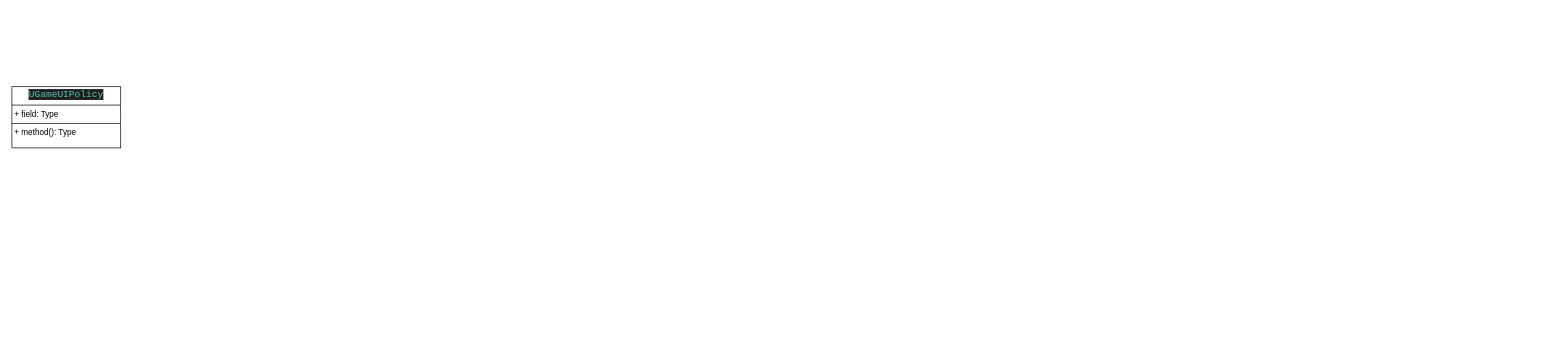
ling-shixi/meta keeps this draw.io diagram as page "UI的UML" (2 of 5) of Lyra.drawio. Above is the earlier version. Source tidied: cells renumbered, new cells numbered last; positions are measured from the earlier drawing's top-left corner, leaving out a move shared by most shapes. Both pictures are drawn from the tidied source at 68%, with x=0, y=0 at pixel (12, 86).
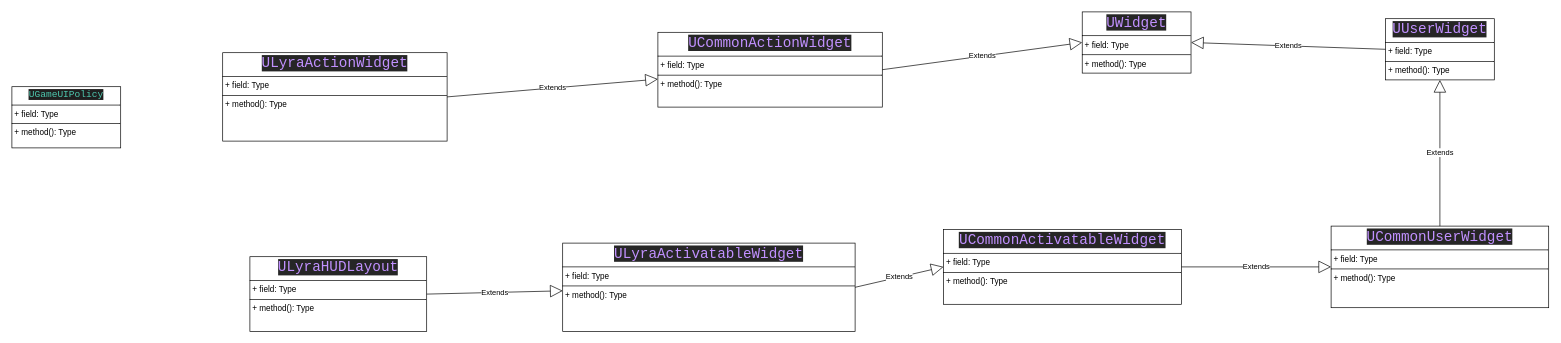
Above is the later version.

What changed in the source:
```diff
@@
 <mxGraphModel>
   <root>
     <mxCell id="0" />
     <mxCell id="1" parent="0" />
     <mxCell id="2" value="&lt;p style=&quot;margin:0px;margin-top:4px;text-align:center;&quot;&gt;&lt;span style=&quot;color: rgb(78, 201, 176); background-color: rgb(31, 31, 31); font-family: Consolas, &amp;quot;Courier New&amp;quot;, monospace; font-size: 14px; white-space: pre; text-align: left;&quot;&gt;UGameUIPolicy&lt;/span&gt;&lt;/p&gt;&lt;hr size=&quot;1&quot; style=&quot;border-style:solid;&quot;&gt;&lt;p style=&quot;margin:0px;margin-left:4px;&quot;&gt;+ field: Type&lt;/p&gt;&lt;hr size=&quot;1&quot; style=&quot;border-style:solid;&quot;&gt;&lt;p style=&quot;margin:0px;margin-left:4px;&quot;&gt;+ method(): Type&lt;/p&gt;" style="verticalAlign=top;align=left;overflow=fill;html=1;whiteSpace=wrap;" parent="1" vertex="1">
       <mxGeometry width="160" height="90" as="geometry" />
     </mxCell>
+    <mxCell id="3" value="&lt;p style=&quot;margin:0px;margin-top:4px;text-align:center;&quot;&gt;&lt;span style=&quot;color: rgb(193, 145, 255); font-family: &amp;quot;JetBrains Mono&amp;quot;, monospace; font-size: 15.8pt; background-color: rgb(38, 38, 38); text-align: left;&quot;&gt;ULyraActionWidget&lt;/span&gt;&lt;/p&gt;&lt;hr size=&quot;1&quot; style=&quot;border-style:solid;&quot;&gt;&lt;p style=&quot;margin:0px;margin-left:4px;&quot;&gt;+ field: Type&lt;/p&gt;&lt;hr size=&quot;1&quot; style=&quot;border-style:solid;&quot;&gt;&lt;p style=&quot;margin:0px;margin-left:4px;&quot;&gt;+ method(): Type&lt;/p&gt;" style="verticalAlign=top;align=left;overflow=fill;html=1;whiteSpace=wrap;" parent="1" vertex="1">
+      <mxGeometry x="310" y="-50" width="330" height="130" as="geometry" />
+    </mxCell>
+    <mxCell id="4" value="&lt;p style=&quot;margin:0px;margin-top:4px;text-align:center;&quot;&gt;&lt;span style=&quot;color: rgb(193, 145, 255); font-family: &amp;quot;JetBrains Mono&amp;quot;, monospace; font-size: 15.8pt; background-color: rgb(38, 38, 38); text-align: left;&quot;&gt;UCommonActionWidget&lt;/span&gt;&lt;/p&gt;&lt;hr size=&quot;1&quot; style=&quot;border-style:solid;&quot;&gt;&lt;p style=&quot;margin:0px;margin-left:4px;&quot;&gt;+ field: Type&lt;/p&gt;&lt;hr size=&quot;1&quot; style=&quot;border-style:solid;&quot;&gt;&lt;p style=&quot;margin:0px;margin-left:4px;&quot;&gt;+ method(): Type&lt;/p&gt;" style="verticalAlign=top;align=left;overflow=fill;html=1;whiteSpace=wrap;" parent="1" vertex="1">
+      <mxGeometry x="950" y="-80" width="330" height="110" as="geometry" />
+    </mxCell>
+    <mxCell id="5" value="Extends" style="endArrow=block;endSize=16;endFill=0;html=1;rounded=0;exitX=1;exitY=0.5;exitDx=0;exitDy=0;" parent="1" edge="1" source="3" target="4">
+      <mxGeometry relative="1" as="geometry" />
+    </mxCell>
+    <mxCell id="6" value="&lt;p style=&quot;margin:0px;margin-top:4px;text-align:center;&quot;&gt;&lt;span style=&quot;color: rgb(193, 145, 255); font-family: &amp;quot;JetBrains Mono&amp;quot;, monospace; font-size: 15.8pt; background-color: rgb(38, 38, 38); text-align: left;&quot;&gt;ULyraHUDLayout&lt;/span&gt;&lt;/p&gt;&lt;hr size=&quot;1&quot; style=&quot;border-style:solid;&quot;&gt;&lt;p style=&quot;margin:0px;margin-left:4px;&quot;&gt;+ field: Type&lt;/p&gt;&lt;hr size=&quot;1&quot; style=&quot;border-style:solid;&quot;&gt;&lt;p style=&quot;margin:0px;margin-left:4px;&quot;&gt;+ method(): Type&lt;/p&gt;" style="verticalAlign=top;align=left;overflow=fill;html=1;whiteSpace=wrap;" parent="1" vertex="1">
+      <mxGeometry x="350" y="250" width="260" height="110" as="geometry" />
+    </mxCell>
+    <mxCell id="7" value="&lt;p style=&quot;margin:0px;margin-top:4px;text-align:center;&quot;&gt;&lt;span style=&quot;color: rgb(193, 145, 255); font-family: &amp;quot;JetBrains Mono&amp;quot;, monospace; font-size: 15.8pt; background-color: rgb(38, 38, 38); text-align: left;&quot;&gt;ULyraActivatableWidget&lt;/span&gt;&lt;/p&gt;&lt;hr size=&quot;1&quot; style=&quot;border-style:solid;&quot;&gt;&lt;p style=&quot;margin:0px;margin-left:4px;&quot;&gt;+ field: Type&lt;/p&gt;&lt;hr size=&quot;1&quot; style=&quot;border-style:solid;&quot;&gt;&lt;p style=&quot;margin:0px;margin-left:4px;&quot;&gt;+ method(): Type&lt;/p&gt;" style="verticalAlign=top;align=left;overflow=fill;html=1;whiteSpace=wrap;" parent="1" vertex="1">
+      <mxGeometry x="810" y="230" width="430" height="130" as="geometry" />
+    </mxCell>
+    <mxCell id="8" value="Extends" style="endArrow=block;endSize=16;endFill=0;html=1;rounded=0;exitX=1;exitY=0.5;exitDx=0;exitDy=0;" parent="1" edge="1" source="6" target="7">
+      <mxGeometry relative="1" as="geometry" />
+    </mxCell>
+    <mxCell id="9" value="&lt;p style=&quot;margin:0px;margin-top:4px;text-align:center;&quot;&gt;&lt;span style=&quot;color: rgb(193, 145, 255); font-family: &amp;quot;JetBrains Mono&amp;quot;, monospace; font-size: 15.8pt; background-color: rgb(38, 38, 38); text-align: left;&quot;&gt;UCommonActivatableWidget&lt;/span&gt;&lt;/p&gt;&lt;hr size=&quot;1&quot; style=&quot;border-style:solid;&quot;&gt;&lt;p style=&quot;margin:0px;margin-left:4px;&quot;&gt;+ field: Type&lt;/p&gt;&lt;hr size=&quot;1&quot; style=&quot;border-style:solid;&quot;&gt;&lt;p style=&quot;margin:0px;margin-left:4px;&quot;&gt;+ method(): Type&lt;/p&gt;" style="verticalAlign=top;align=left;overflow=fill;html=1;whiteSpace=wrap;" parent="1" vertex="1">
+      <mxGeometry x="1370" y="210" width="350" height="110" as="geometry" />
+    </mxCell>
+    <mxCell id="10" value="Extends" style="endArrow=block;endSize=16;endFill=0;html=1;rounded=0;entryX=0;entryY=0.5;entryDx=0;entryDy=0;exitX=1;exitY=0.5;exitDx=0;exitDy=0;" parent="1" edge="1" source="7" target="9">
+      <mxGeometry relative="1" as="geometry" />
+    </mxCell>
+    <mxCell id="11" value="&lt;p style=&quot;margin:0px;margin-top:4px;text-align:center;&quot;&gt;&lt;span style=&quot;color: rgb(193, 145, 255); font-family: &amp;quot;JetBrains Mono&amp;quot;, monospace; font-size: 15.8pt; background-color: rgb(38, 38, 38); text-align: left;&quot;&gt;UCommonUserWidget&lt;/span&gt;&lt;/p&gt;&lt;hr size=&quot;1&quot; style=&quot;border-style:solid;&quot;&gt;&lt;p style=&quot;margin:0px;margin-left:4px;&quot;&gt;+ field: Type&lt;/p&gt;&lt;hr size=&quot;1&quot; style=&quot;border-style:solid;&quot;&gt;&lt;p style=&quot;margin:0px;margin-left:4px;&quot;&gt;+ method(): Type&lt;/p&gt;" style="verticalAlign=top;align=left;overflow=fill;html=1;whiteSpace=wrap;" parent="1" vertex="1">
+      <mxGeometry x="1940" y="205" width="320" height="120" as="geometry" />
+    </mxCell>
+    <mxCell id="12" value="Extends" style="endArrow=block;endSize=16;endFill=0;html=1;rounded=0;exitX=1;exitY=0.5;exitDx=0;exitDy=0;entryX=0;entryY=0.5;entryDx=0;entryDy=0;" parent="1" edge="1" source="9" target="11">
+      <mxGeometry relative="1" as="geometry" />
+    </mxCell>
+    <mxCell id="13" value="&lt;p style=&quot;margin:0px;margin-top:4px;text-align:center;&quot;&gt;&lt;span style=&quot;color: rgb(193, 145, 255); font-family: &amp;quot;JetBrains Mono&amp;quot;, monospace; font-size: 15.8pt; background-color: rgb(38, 38, 38); text-align: left;&quot;&gt;UWidget&lt;/span&gt;&lt;/p&gt;&lt;hr size=&quot;1&quot; style=&quot;border-style:solid;&quot;&gt;&lt;p style=&quot;margin:0px;margin-left:4px;&quot;&gt;+ field: Type&lt;/p&gt;&lt;hr size=&quot;1&quot; style=&quot;border-style:solid;&quot;&gt;&lt;p style=&quot;margin:0px;margin-left:4px;&quot;&gt;+ method(): Type&lt;/p&gt;" style="verticalAlign=top;align=left;overflow=fill;html=1;whiteSpace=wrap;" parent="1" vertex="1">
+      <mxGeometry x="1574" y="-110" width="160" height="90" as="geometry" />
+    </mxCell>
+    <mxCell id="14" value="&lt;p style=&quot;margin:0px;margin-top:4px;text-align:center;&quot;&gt;&lt;span style=&quot;color: rgb(193, 145, 255); font-family: &amp;quot;JetBrains Mono&amp;quot;, monospace; font-size: 15.8pt; background-color: rgb(38, 38, 38); text-align: left;&quot;&gt;UUserWidget&lt;/span&gt;&lt;/p&gt;&lt;hr size=&quot;1&quot; style=&quot;border-style:solid;&quot;&gt;&lt;p style=&quot;margin:0px;margin-left:4px;&quot;&gt;+ field: Type&lt;/p&gt;&lt;hr size=&quot;1&quot; style=&quot;border-style:solid;&quot;&gt;&lt;p style=&quot;margin:0px;margin-left:4px;&quot;&gt;+ method(): Type&lt;/p&gt;" style="verticalAlign=top;align=left;overflow=fill;html=1;whiteSpace=wrap;" parent="1" vertex="1">
+      <mxGeometry x="2020" y="-100" width="160" height="90" as="geometry" />
+    </mxCell>
+    <mxCell id="15" value="Extends" style="endArrow=block;endSize=16;endFill=0;html=1;rounded=0;exitX=0.5;exitY=0;exitDx=0;exitDy=0;" parent="1" edge="1" source="11" target="14">
+      <mxGeometry relative="1" as="geometry" />
+    </mxCell>
+    <mxCell id="16" value="Extends" style="endArrow=block;endSize=16;endFill=0;html=1;rounded=0;exitX=0;exitY=0.5;exitDx=0;exitDy=0;entryX=1;entryY=0.5;entryDx=0;entryDy=0;" parent="1" edge="1" source="14" target="13">
+      <mxGeometry relative="1" as="geometry" />
+    </mxCell>
+    <mxCell id="17" value="Extends" style="endArrow=block;endSize=16;endFill=0;html=1;rounded=0;exitX=1;exitY=0.5;exitDx=0;exitDy=0;entryX=0;entryY=0.5;entryDx=0;entryDy=0;" parent="1" edge="1" source="4" target="13">
+      <mxGeometry relative="1" as="geometry" />
+    </mxCell>
   </root>
 </mxGraphModel>
```
